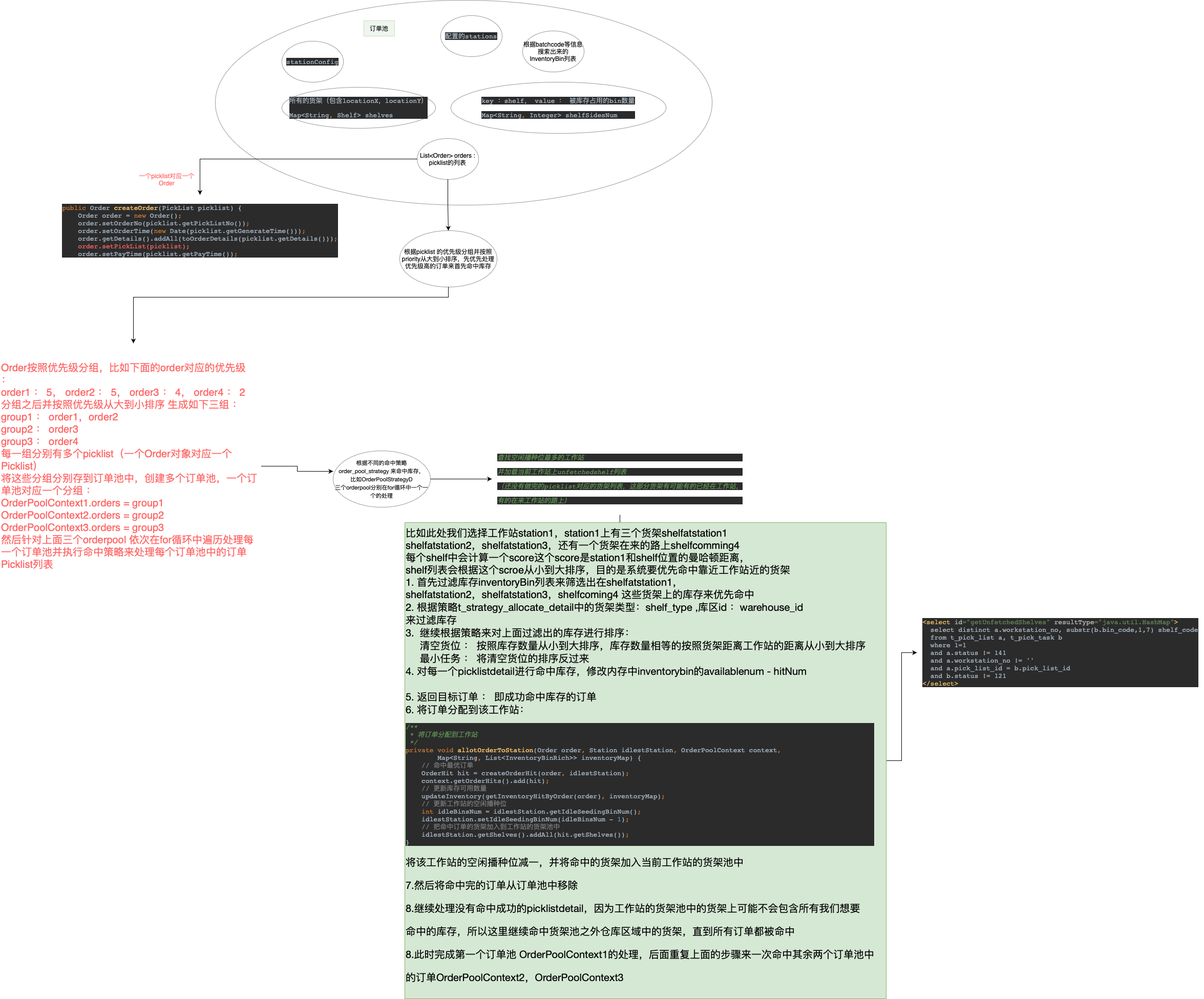
Above: 订单池-命中库存.drawio.png in cong666/flow-chart (draw.io), before the change. Source tidied: cells renumbered, new cells last; positions are measured from the earlier drawing's top-left corner, leaving out a move shared by most shapes.
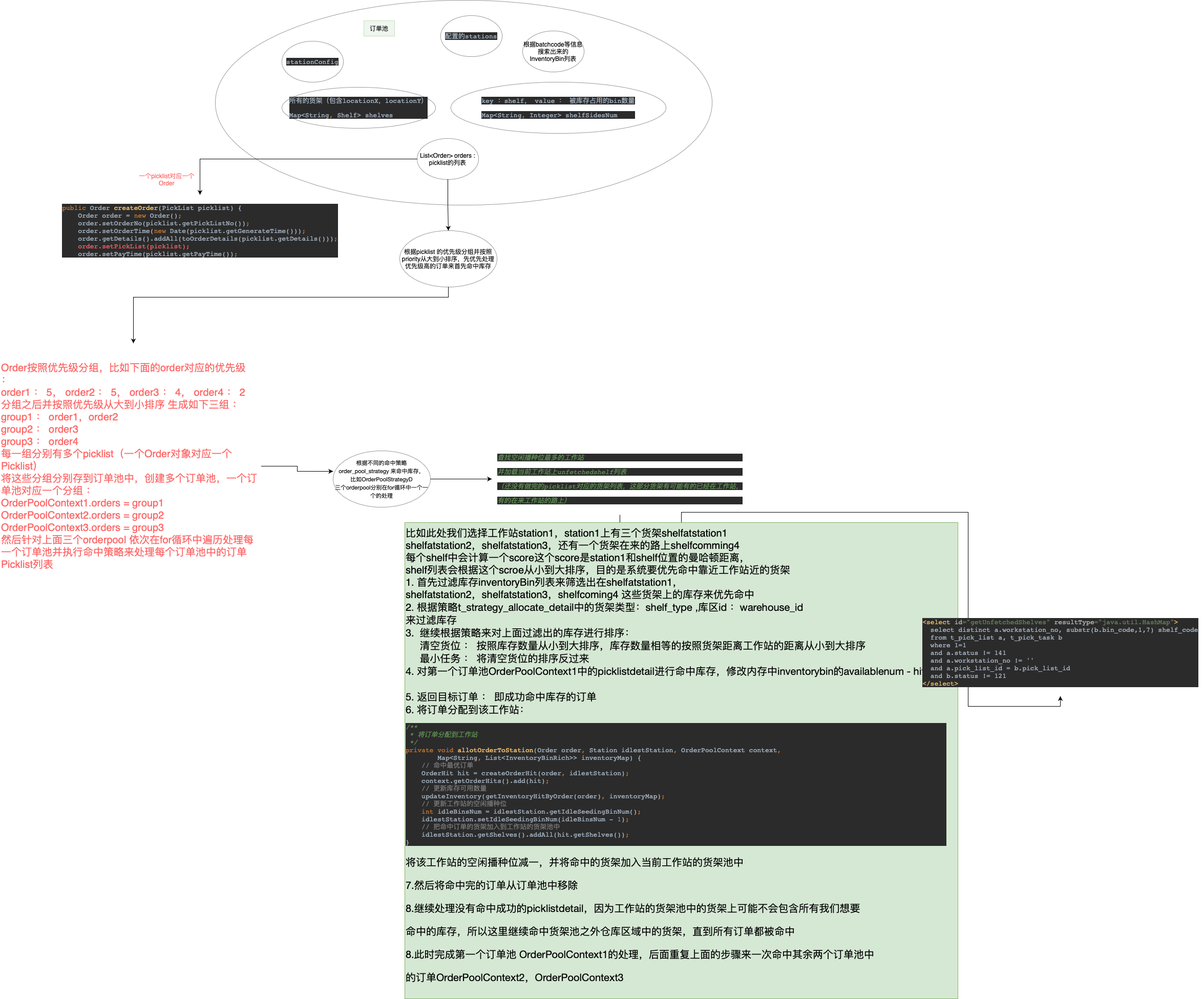
After the commit.

Commit message:
更新订单池-命中库存.drawio.png

What changed in the source:
```diff
@@ -75,8 +75,8 @@
     <mxCell id="22" style="edgeStyle=orthogonalEdgeStyle;rounded=0;jettySize=auto;html=1;fontSize=20;fontColor=#FF6666;" parent="1" edge="1" source="23" target="24">
       <mxGeometry relative="1" as="geometry" />
     </mxCell>
-    <mxCell id="23" value="比如此处我们选择工作站station1，station1上有三个货架shelfatstation1&lt;br&gt;&lt;div style=&quot;&quot;&gt;shelfatstation2，shelfatstation3，还有一个货架在来的路上shelfcomming4&lt;/div&gt;&lt;div style=&quot;&quot;&gt;每个shelf中会计算一个score这个score是station1和shelf位置的曼哈顿距离，&lt;/div&gt;&lt;div style=&quot;&quot;&gt;shelf列表会根据这个scroe从小到大排序，目的是系统要优先命中靠近工作站近的货架&lt;/div&gt;&lt;div style=&quot;&quot;&gt;1. 首先过滤库存inventoryBin列表来筛选出在shelfatstation1，&lt;/div&gt;shelfatstation2，shelfatstation3，shelfcoming4 这些货架上的库存来优先命中&amp;nbsp;&lt;br&gt;&lt;font&gt;2. 根据策略&lt;span style=&quot;font-size: 20px; font-family: &amp;quot;Helvetica Neue&amp;quot;;&quot;&gt;&lt;font style=&quot;font-size: 20px;&quot;&gt;t_strategy_allocate_detail中的货架类型：shelf_type ,库区id ：warehouse_id&lt;br&gt;来过滤库存&lt;br&gt;3. &amp;nbsp;继续根据策略来对上面过滤出的库存进行排序：&lt;br&gt;&amp;nbsp; &amp;nbsp; &amp;nbsp;清空货位 ： 按照库存数量从小到大排序，库存数量相等的按照货架距离工作站的距离从小到大排序&lt;br&gt;&amp;nbsp; &amp;nbsp; &amp;nbsp;最小任务 ： 将清空货位的排序反过来&lt;br&gt;4. 对每一个picklistdetail进行命中库存，修改内存中inventorybin的availablenum - hitNum&lt;br&gt;&lt;br&gt;5. 返回目标订单 ： 即成功命中库存的订单&lt;br&gt;6. 将订单分配到该工作站：&lt;br&gt;&lt;/font&gt;&lt;/span&gt;&lt;pre style=&quot;font-size: 9.8pt; background-color: rgb(43, 43, 43); color: rgb(169, 183, 198); font-family: &amp;quot;JetBrains Mono&amp;quot;, monospace;&quot;&gt;&lt;span style=&quot;color: rgb(98, 151, 85); font-style: italic;&quot;&gt;/**&lt;br&gt;&lt;/span&gt;&lt;span style=&quot;color: rgb(98, 151, 85); font-style: italic;&quot;&gt; * 将订单分配到工作站&lt;br&gt;&lt;/span&gt;&lt;span style=&quot;color: rgb(98, 151, 85); font-style: italic;&quot;&gt; */&lt;br&gt;&lt;/span&gt;&lt;span style=&quot;color: rgb(204, 120, 50);&quot;&gt;private void &lt;/span&gt;&lt;span style=&quot;color: rgb(255, 198, 109);&quot;&gt;allotOrderToStation&lt;/span&gt;(Order order&lt;span style=&quot;color: rgb(204, 120, 50);&quot;&gt;, &lt;/span&gt;Station idlestStation&lt;span style=&quot;color: rgb(204, 120, 50);&quot;&gt;, &lt;/span&gt;OrderPoolContext context&lt;span style=&quot;color: rgb(204, 120, 50);&quot;&gt;,&lt;br&gt;&lt;/span&gt;&lt;span style=&quot;color: rgb(204, 120, 50);&quot;&gt;        &lt;/span&gt;Map&amp;lt;String&lt;span style=&quot;color: rgb(204, 120, 50);&quot;&gt;, &lt;/span&gt;List&amp;lt;InventoryBinRich&amp;gt;&amp;gt; inventoryMap) {&lt;br&gt;    &lt;span style=&quot;color: rgb(128, 128, 128);&quot;&gt;// 命中最优订单&lt;br&gt;&lt;/span&gt;&lt;span style=&quot;color: rgb(128, 128, 128);&quot;&gt;    &lt;/span&gt;OrderHit hit = createOrderHit(order&lt;span style=&quot;color: rgb(204, 120, 50);&quot;&gt;, &lt;/span&gt;idlestStation)&lt;span style=&quot;color: rgb(204, 120, 50);&quot;&gt;;&lt;br&gt;&lt;/span&gt;&lt;span style=&quot;color: rgb(204, 120, 50);&quot;&gt;    &lt;/span&gt;context.getOrderHits().add(hit)&lt;span style=&quot;color: rgb(204, 120, 50);&quot;&gt;;&lt;br&gt;&lt;/span&gt;&lt;span style=&quot;color: rgb(204, 120, 50);&quot;&gt;    &lt;/span&gt;&lt;span style=&quot;color: rgb(128, 128, 128);&quot;&gt;// 更新库存可用数量&lt;br&gt;&lt;/span&gt;&lt;span style=&quot;color: rgb(128, 128, 128);&quot;&gt;    &lt;/span&gt;updateInventory(getInventoryHitByOrder(order)&lt;span style=&quot;color: rgb(204, 120, 50);&quot;&gt;, &lt;/span&gt;inventoryMap)&lt;span style=&quot;color: rgb(204, 120, 50);&quot;&gt;;&lt;br&gt;&lt;/span&gt;&lt;span style=&quot;color: rgb(204, 120, 50);&quot;&gt;    &lt;/span&gt;&lt;span style=&quot;color: rgb(128, 128, 128);&quot;&gt;// 更新工作站的空闲播种位&lt;br&gt;&lt;/span&gt;&lt;span style=&quot;color: rgb(128, 128, 128);&quot;&gt;    &lt;/span&gt;&lt;span style=&quot;color: rgb(204, 120, 50);&quot;&gt;int &lt;/span&gt;idleBinsNum = idlestStation.getIdleSeedingBinNum()&lt;span style=&quot;color: rgb(204, 120, 50);&quot;&gt;;&lt;br&gt;&lt;/span&gt;&lt;span style=&quot;color: rgb(204, 120, 50);&quot;&gt;    &lt;/span&gt;idlestStation.setIdleSeedingBinNum(idleBinsNum - &lt;span style=&quot;color: rgb(104, 151, 187);&quot;&gt;1&lt;/span&gt;)&lt;span style=&quot;color: rgb(204, 120, 50);&quot;&gt;;&lt;br&gt;&lt;/span&gt;&lt;span style=&quot;color: rgb(204, 120, 50);&quot;&gt;    &lt;/span&gt;&lt;span style=&quot;color: rgb(128, 128, 128);&quot;&gt;// 把命中订单的货架加入到工作站的货架池中&lt;br&gt;&lt;/span&gt;&lt;span style=&quot;color: rgb(128, 128, 128);&quot;&gt;    &lt;/span&gt;idlestStation.getShelves().addAll(hit.getShelves())&lt;span style=&quot;color: rgb(204, 120, 50);&quot;&gt;;&lt;br&gt;&lt;/span&gt;}&lt;/pre&gt;&lt;pre&gt;&lt;font face=&quot;Helvetica Neue&quot;&gt;将该工作站的空闲播种位减一，并将命中的货架加入当前工作站的货架池中&lt;/font&gt;&lt;/pre&gt;&lt;pre&gt;&lt;font face=&quot;Helvetica Neue&quot;&gt;7.然后将命中完的订单从订单池中移除&lt;/font&gt;&lt;/pre&gt;&lt;pre&gt;&lt;font face=&quot;Helvetica Neue&quot;&gt;8.继续处理没有命中成功的picklistdetail，因为工作站的货架池中的货架上可能不会包含所有我们想要&lt;/font&gt;&lt;/pre&gt;&lt;pre&gt;&lt;font face=&quot;Helvetica Neue&quot;&gt;命中的库存，所以这里继续命中货架池之外仓库区域中的货架，直到所有订单都被命中&lt;/font&gt;&lt;/pre&gt;&lt;pre&gt;&lt;font face=&quot;Helvetica Neue&quot;&gt;8.此时完成第一个订单池 OrderPoolContext1的处理，后面重复上面的步骤来一次命中其余两个订单池中&lt;/font&gt;&lt;/pre&gt;&lt;pre&gt;&lt;font face=&quot;Helvetica Neue&quot;&gt;的订单&lt;/font&gt;&lt;span style=&quot;font-family: &amp;quot;Helvetica Neue&amp;quot;;&quot;&gt;OrderPoolContext2，&lt;/span&gt;&lt;span style=&quot;font-family: &amp;quot;Helvetica Neue&amp;quot;;&quot;&gt;OrderPoolContext3&lt;/span&gt;&lt;/pre&gt;&lt;/font&gt;" style="text;html=1;align=left;verticalAlign=middle;points=[];strokeColor=#82b366;fillColor=#d5e8d4;fontSize=20;" parent="1" vertex="1">
-      <mxGeometry x="790" y="1020" width="940" height="930" as="geometry" />
+    <mxCell id="23" value="比如此处我们选择工作站station1，station1上有三个货架shelfatstation1&lt;br&gt;&lt;div style=&quot;&quot;&gt;shelfatstation2，shelfatstation3，还有一个货架在来的路上shelfcomming4&lt;/div&gt;&lt;div style=&quot;&quot;&gt;每个shelf中会计算一个score这个score是station1和shelf位置的曼哈顿距离，&lt;/div&gt;&lt;div style=&quot;&quot;&gt;shelf列表会根据这个scroe从小到大排序，目的是系统要优先命中靠近工作站近的货架&lt;/div&gt;&lt;div style=&quot;&quot;&gt;1. 首先过滤库存inventoryBin列表来筛选出在shelfatstation1，&lt;/div&gt;shelfatstation2，shelfatstation3，shelfcoming4 这些货架上的库存来优先命中&amp;nbsp;&lt;br&gt;&lt;font&gt;2. 根据策略&lt;span style=&quot;font-size: 20px; font-family: &amp;quot;Helvetica Neue&amp;quot;;&quot;&gt;&lt;font style=&quot;font-size: 20px;&quot;&gt;t_strategy_allocate_detail中的货架类型：shelf_type ,库区id ：warehouse_id&lt;br&gt;来过滤库存&lt;br&gt;3. &amp;nbsp;继续根据策略来对上面过滤出的库存进行排序：&lt;br&gt;&amp;nbsp; &amp;nbsp; &amp;nbsp;清空货位 ： 按照库存数量从小到大排序，库存数量相等的按照货架距离工作站的距离从小到大排序&lt;br&gt;&amp;nbsp; &amp;nbsp; &amp;nbsp;最小任务 ： 将清空货位的排序反过来&lt;br&gt;4. 对第一个订单池OrderPoolContext1中的picklistdetail进行命中库存，修改内存中inventorybin的availablenum - hitNum&lt;br&gt;&lt;br&gt;5. 返回目标订单 ： 即成功命中库存的订单&lt;br&gt;6. 将订单分配到该工作站：&lt;br&gt;&lt;/font&gt;&lt;/span&gt;&lt;pre style=&quot;font-size: 9.8pt; background-color: rgb(43, 43, 43); color: rgb(169, 183, 198); font-family: &amp;quot;JetBrains Mono&amp;quot;, monospace;&quot;&gt;&lt;span style=&quot;color: rgb(98, 151, 85); font-style: italic;&quot;&gt;/**&lt;br&gt;&lt;/span&gt;&lt;span style=&quot;color: rgb(98, 151, 85); font-style: italic;&quot;&gt; * 将订单分配到工作站&lt;br&gt;&lt;/span&gt;&lt;span style=&quot;color: rgb(98, 151, 85); font-style: italic;&quot;&gt; */&lt;br&gt;&lt;/span&gt;&lt;span style=&quot;color: rgb(204, 120, 50);&quot;&gt;private void &lt;/span&gt;&lt;span style=&quot;color: rgb(255, 198, 109);&quot;&gt;allotOrderToStation&lt;/span&gt;(Order order&lt;span style=&quot;color: rgb(204, 120, 50);&quot;&gt;, &lt;/span&gt;Station idlestStation&lt;span style=&quot;color: rgb(204, 120, 50);&quot;&gt;, &lt;/span&gt;OrderPoolContext context&lt;span style=&quot;color: rgb(204, 120, 50);&quot;&gt;,&lt;br&gt;&lt;/span&gt;&lt;span style=&quot;color: rgb(204, 120, 50);&quot;&gt;        &lt;/span&gt;Map&amp;lt;String&lt;span style=&quot;color: rgb(204, 120, 50);&quot;&gt;, &lt;/span&gt;List&amp;lt;InventoryBinRich&amp;gt;&amp;gt; inventoryMap) {&lt;br&gt;    &lt;span style=&quot;color: rgb(128, 128, 128);&quot;&gt;// 命中最优订单&lt;br&gt;&lt;/span&gt;&lt;span style=&quot;color: rgb(128, 128, 128);&quot;&gt;    &lt;/span&gt;OrderHit hit = createOrderHit(order&lt;span style=&quot;color: rgb(204, 120, 50);&quot;&gt;, &lt;/span&gt;idlestStation)&lt;span style=&quot;color: rgb(204, 120, 50);&quot;&gt;;&lt;br&gt;&lt;/span&gt;&lt;span style=&quot;color: rgb(204, 120, 50);&quot;&gt;    &lt;/span&gt;context.getOrderHits().add(hit)&lt;span style=&quot;color: rgb(204, 120, 50);&quot;&gt;;&lt;br&gt;&lt;/span&gt;&lt;span style=&quot;color: rgb(204, 120, 50);&quot;&gt;    &lt;/span&gt;&lt;span style=&quot;color: rgb(128, 128, 128);&quot;&gt;// 更新库存可用数量&lt;br&gt;&lt;/span&gt;&lt;span style=&quot;color: rgb(128, 128, 128);&quot;&gt;    &lt;/span&gt;updateInventory(getInventoryHitByOrder(order)&lt;span style=&quot;color: rgb(204, 120, 50);&quot;&gt;, &lt;/span&gt;inventoryMap)&lt;span style=&quot;color: rgb(204, 120, 50);&quot;&gt;;&lt;br&gt;&lt;/span&gt;&lt;span style=&quot;color: rgb(204, 120, 50);&quot;&gt;    &lt;/span&gt;&lt;span style=&quot;color: rgb(128, 128, 128);&quot;&gt;// 更新工作站的空闲播种位&lt;br&gt;&lt;/span&gt;&lt;span style=&quot;color: rgb(128, 128, 128);&quot;&gt;    &lt;/span&gt;&lt;span style=&quot;color: rgb(204, 120, 50);&quot;&gt;int &lt;/span&gt;idleBinsNum = idlestStation.getIdleSeedingBinNum()&lt;span style=&quot;color: rgb(204, 120, 50);&quot;&gt;;&lt;br&gt;&lt;/span&gt;&lt;span style=&quot;color: rgb(204, 120, 50);&quot;&gt;    &lt;/span&gt;idlestStation.setIdleSeedingBinNum(idleBinsNum - &lt;span style=&quot;color: rgb(104, 151, 187);&quot;&gt;1&lt;/span&gt;)&lt;span style=&quot;color: rgb(204, 120, 50);&quot;&gt;;&lt;br&gt;&lt;/span&gt;&lt;span style=&quot;color: rgb(204, 120, 50);&quot;&gt;    &lt;/span&gt;&lt;span style=&quot;color: rgb(128, 128, 128);&quot;&gt;// 把命中订单的货架加入到工作站的货架池中&lt;br&gt;&lt;/span&gt;&lt;span style=&quot;color: rgb(128, 128, 128);&quot;&gt;    &lt;/span&gt;idlestStation.getShelves().addAll(hit.getShelves())&lt;span style=&quot;color: rgb(204, 120, 50);&quot;&gt;;&lt;br&gt;&lt;/span&gt;}&lt;/pre&gt;&lt;pre&gt;&lt;font face=&quot;Helvetica Neue&quot;&gt;将该工作站的空闲播种位减一，并将命中的货架加入当前工作站的货架池中&lt;/font&gt;&lt;/pre&gt;&lt;pre&gt;&lt;font face=&quot;Helvetica Neue&quot;&gt;7.然后将命中完的订单从订单池中移除&lt;/font&gt;&lt;/pre&gt;&lt;pre&gt;&lt;font face=&quot;Helvetica Neue&quot;&gt;8.继续处理没有命中成功的picklistdetail，因为工作站的货架池中的货架上可能不会包含所有我们想要&lt;/font&gt;&lt;/pre&gt;&lt;pre&gt;&lt;font face=&quot;Helvetica Neue&quot;&gt;命中的库存，所以这里继续命中货架池之外仓库区域中的货架，直到所有订单都被命中&lt;/font&gt;&lt;/pre&gt;&lt;pre&gt;&lt;font face=&quot;Helvetica Neue&quot;&gt;8.此时完成第一个订单池 OrderPoolContext1的处理，后面重复上面的步骤来一次命中其余两个订单池中&lt;/font&gt;&lt;/pre&gt;&lt;pre&gt;&lt;font face=&quot;Helvetica Neue&quot;&gt;的订单&lt;/font&gt;&lt;span style=&quot;font-family: &amp;quot;Helvetica Neue&amp;quot;;&quot;&gt;OrderPoolContext2，&lt;/span&gt;&lt;span style=&quot;font-family: &amp;quot;Helvetica Neue&amp;quot;;&quot;&gt;OrderPoolContext3&lt;/span&gt;&lt;/pre&gt;&lt;/font&gt;" style="text;html=1;align=left;verticalAlign=middle;points=[];strokeColor=#82b366;fillColor=#d5e8d4;fontSize=20;" parent="1" vertex="1">
+      <mxGeometry x="790" y="1020" width="1080" height="930" as="geometry" />
     </mxCell>
     <mxCell id="24" value="&lt;pre style=&quot;text-align: start; background-color: rgb(43, 43, 43); color: rgb(169, 183, 198); font-family: &amp;quot;JetBrains Mono&amp;quot;, monospace; font-size: 9.8pt;&quot;&gt;&lt;span style=&quot;color: rgb(232, 191, 106);&quot;&gt;&amp;lt;select &lt;/span&gt;&lt;span style=&quot;color: rgb(186, 186, 186);&quot;&gt;id&lt;/span&gt;&lt;span style=&quot;color: rgb(106, 135, 89);&quot;&gt;=&quot;getUnfetchedShelves&quot; &lt;/span&gt;&lt;span style=&quot;color: rgb(186, 186, 186);&quot;&gt;resultType&lt;/span&gt;&lt;span style=&quot;color: rgb(106, 135, 89);&quot;&gt;=&quot;java.util.HashMap&quot;&lt;/span&gt;&lt;span style=&quot;color: rgb(232, 191, 106);&quot;&gt;&amp;gt;&lt;br&gt;&lt;/span&gt;&lt;span style=&quot;color: rgb(232, 191, 106);&quot;&gt;  &lt;/span&gt;select distinct a.workstation_no, substr(b.bin_code,1,7) shelf_code&lt;br&gt;  from t_pick_list a, t_pick_task b&lt;br&gt;  where 1=1&lt;br&gt;  and a.status != 141&lt;br&gt;  and a.workstation_no != ''&lt;br&gt;  and a.pick_list_id = b.pick_list_id&lt;br&gt;  and b.status != 121&lt;br&gt;&lt;span style=&quot;color: rgb(232, 191, 106);&quot;&gt;&amp;lt;/select&amp;gt;&lt;/span&gt;&lt;/pre&gt;" style="text;html=1;align=center;verticalAlign=middle;points=[];strokeColor=none;fillColor=none;fontSize=20;fontColor=#FF6666;" parent="1" vertex="1">
       <mxGeometry x="1790" y="1189" width="560" height="170" as="geometry" />
```
